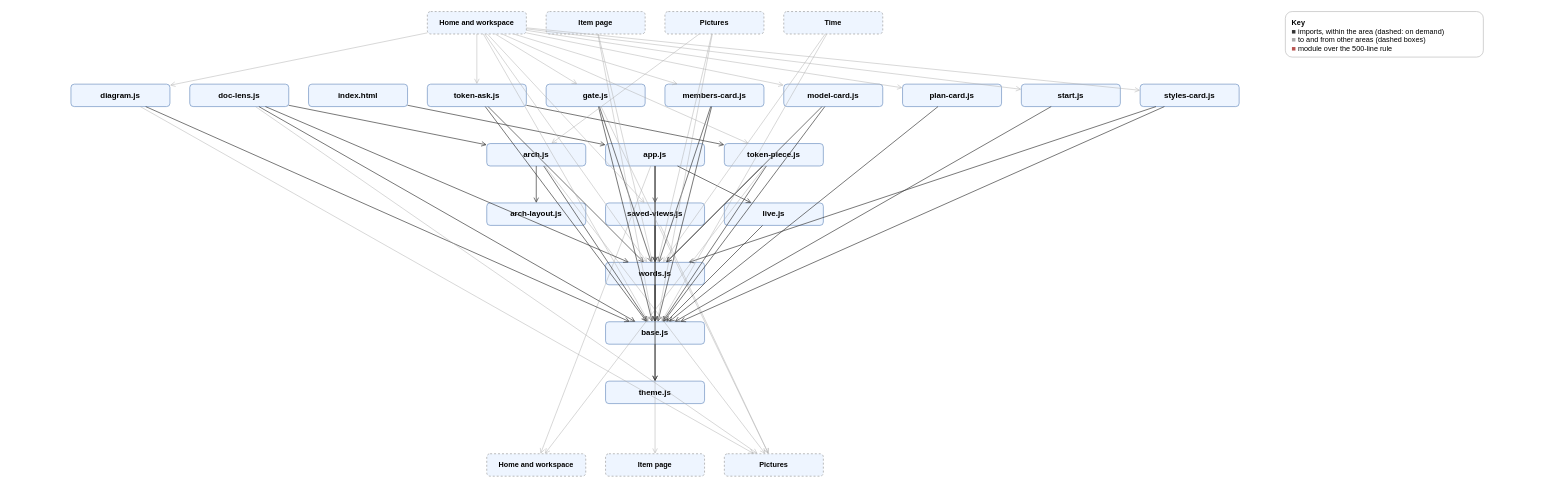
Before: page "UI: Shell" (13 of 20) of docs/diagrams/modules.drawio in AlexReiner98/archipelago, a draw.io diagram. Source tidied: cells renumbered, new cells numbered last; positions are measured from the earlier drawing's top-left corner, leaving out a move shared by most shapes. Both pictures are drawn from the tidied source at 66%, with x=0, y=0 at pixel (71, 11).
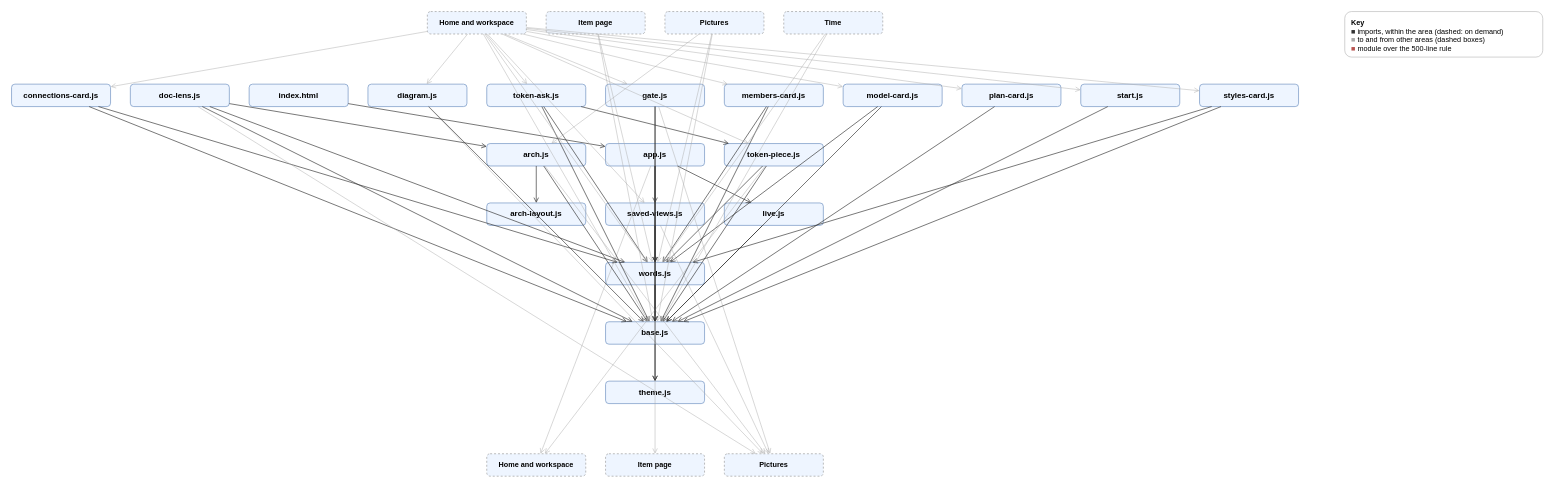
Above is the later version.

Unchanged cells that the change refers to:
```xml
<mxCell id="2" value="&lt;b&gt;Home and workspace&lt;/b&gt;" style="rounded=1;html=1;whiteSpace=wrap;dashed=1;fontSize=11;fillColor=#eef5ff;strokeColor=#999999;" parent="1" vertex="1">
  <mxGeometry x="540" width="150" height="34" as="geometry" />
</mxCell>
<mxCell id="22" value="words.js" style="rounded=1;html=1;whiteSpace=wrap;fontSize=12;fontStyle=1;fillColor=#eef5ff;strokeColor=#6c8ebf;" parent="1" vertex="1">
  <mxGeometry x="810" y="380" width="150" height="34" as="geometry" />
</mxCell>
<mxCell id="23" value="base.js" style="rounded=1;html=1;whiteSpace=wrap;fontSize=12;fontStyle=1;fillColor=#eef5ff;strokeColor=#6c8ebf;" parent="1" vertex="1">
  <mxGeometry x="810" y="470" width="150" height="34" as="geometry" />
</mxCell>
```

The edit, as a diff of the source:
```diff
@@
-    <mxCell id="6" value="diagram.js" style="rounded=1;html=1;whiteSpace=wrap;fontSize=12;fontStyle=1;fillColor=#eef5ff;strokeColor=#6c8ebf;" parent="1" vertex="1">
-      <mxGeometry y="110" width="150" height="34" as="geometry" />
-    </mxCell>
+    <mxCell id="88" value="connections-card.js" style="rounded=1;html=1;whiteSpace=wrap;fontSize=12;fontStyle=1;fillColor=#eef5ff;strokeColor=#6c8ebf;" parent="1" vertex="1">
+      <mxGeometry x="-90" y="110" width="150" height="34" as="geometry" />
+    </mxCell>
     <mxCell id="7" value="doc-lens.js" style="rounded=1;html=1;whiteSpace=wrap;fontSize=12;fontStyle=1;fillColor=#eef5ff;strokeColor=#6c8ebf;" parent="1" vertex="1">
-      <mxGeometry x="180" y="110" width="150" height="34" as="geometry" />
+      <mxGeometry x="90" y="110" width="150" height="34" as="geometry" />
     </mxCell>
     <mxCell id="8" value="index.html" style="rounded=1;html=1;whiteSpace=wrap;fontSize=12;fontStyle=1;fillColor=#eef5ff;strokeColor=#6c8ebf;" parent="1" vertex="1">
-      <mxGeometry x="360" y="110" width="150" height="34" as="geometry" />
+      <mxGeometry x="270" y="110" width="150" height="34" as="geometry" />
     </mxCell>
+    <mxCell id="6" value="diagram.js" style="rounded=1;html=1;whiteSpace=wrap;fontSize=12;fontStyle=1;fillColor=#eef5ff;strokeColor=#6c8ebf;" parent="1" vertex="1">
+      <mxGeometry x="450" y="110" width="150" height="34" as="geometry" />
+    </mxCell>
     <mxCell id="9" value="token-ask.js" style="rounded=1;html=1;whiteSpace=wrap;fontSize=12;fontStyle=1;fillColor=#eef5ff;strokeColor=#6c8ebf;" parent="1" vertex="1">
-      <mxGeometry x="540" y="110" width="150" height="34" as="geometry" />
+      <mxGeometry x="630" y="110" width="150" height="34" as="geometry" />
     </mxCell>
     <mxCell id="10" value="gate.js" style="rounded=1;html=1;whiteSpace=wrap;fontSize=12;fontStyle=1;fillColor=#eef5ff;strokeColor=#6c8ebf;" parent="1" vertex="1">
-      <mxGeometry x="720" y="110" width="150" height="34" as="geometry" />
+      <mxGeometry x="810" y="110" width="150" height="34" as="geometry" />
     </mxCell>
     <mxCell id="11" value="members-card.js" style="rounded=1;html=1;whiteSpace=wrap;fontSize=12;fontStyle=1;fillColor=#eef5ff;strokeColor=#6c8ebf;" parent="1" vertex="1">
-      <mxGeometry x="900" y="110" width="150" height="34" as="geometry" />
+      <mxGeometry x="990" y="110" width="150" height="34" as="geometry" />
     </mxCell>
     <mxCell id="12" value="model-card.js" style="rounded=1;html=1;whiteSpace=wrap;fontSize=12;fontStyle=1;fillColor=#eef5ff;strokeColor=#6c8ebf;" parent="1" vertex="1">
-      <mxGeometry x="1080" y="110" width="150" height="34" as="geometry" />
+      <mxGeometry x="1170" y="110" width="150" height="34" as="geometry" />
     </mxCell>
     <mxCell id="13" value="plan-card.js" style="rounded=1;html=1;whiteSpace=wrap;fontSize=12;fontStyle=1;fillColor=#eef5ff;strokeColor=#6c8ebf;" parent="1" vertex="1">
-      <mxGeometry x="1260" y="110" width="150" height="34" as="geometry" />
+      <mxGeometry x="1350" y="110" width="150" height="34" as="geometry" />
     </mxCell>
     <mxCell id="14" value="start.js" style="rounded=1;html=1;whiteSpace=wrap;fontSize=12;fontStyle=1;fillColor=#eef5ff;strokeColor=#6c8ebf;" parent="1" vertex="1">
-      <mxGeometry x="1440" y="110" width="150" height="34" as="geometry" />
+      <mxGeometry x="1530" y="110" width="150" height="34" as="geometry" />
     </mxCell>
     <mxCell id="15" value="styles-card.js" style="rounded=1;html=1;whiteSpace=wrap;fontSize=12;fontStyle=1;fillColor=#eef5ff;strokeColor=#6c8ebf;" parent="1" vertex="1">
-      <mxGeometry x="1620" y="110" width="150" height="34" as="geometry" />
+      <mxGeometry x="1710" y="110" width="150" height="34" as="geometry" />
     </mxCell>
@@
     <mxCell id="28" value="&lt;b&gt;Key&lt;/b&gt;&lt;br&gt;&lt;font color=&quot;#333333&quot;&gt;■&lt;/font&gt; imports, within the area (dashed: on demand)&lt;br&gt;&lt;font color=&quot;#aaaaaa&quot;&gt;■&lt;/font&gt; to and from other areas (dashed boxes)&lt;br&gt;&lt;font color=&quot;#b85450&quot;&gt;■&lt;/font&gt; module over the 500-line rule" style="rounded=1;html=1;whiteSpace=wrap;align=left;verticalAlign=top;spacingLeft=8;spacingTop=4;fillColor=#ffffff;strokeColor=#bbbbbb;fontSize=11;" parent="1" vertex="1">
-      <mxGeometry x="1840" width="300" height="69" as="geometry" />
+      <mxGeometry x="1930" width="300" height="69" as="geometry" />
     </mxCell>
@@
+    <mxCell id="89" style="html=1;endArrow=open;strokeColor=#333333;dashed=0;opacity=100;" parent="1" edge="1" source="88" target="23">
+      <mxGeometry relative="1" as="geometry" />
+    </mxCell>
+    <mxCell id="90" style="html=1;endArrow=open;strokeColor=#333333;dashed=0;opacity=100;" parent="1" edge="1" source="88" target="22">
+      <mxGeometry relative="1" as="geometry" />
+    </mxCell>
@@
+    <mxCell id="91" style="html=1;endArrow=open;strokeColor=#aaaaaa;dashed=0;opacity=70;" parent="1" edge="1" source="2" target="88">
+      <mxGeometry relative="1" as="geometry" />
+    </mxCell>
```
